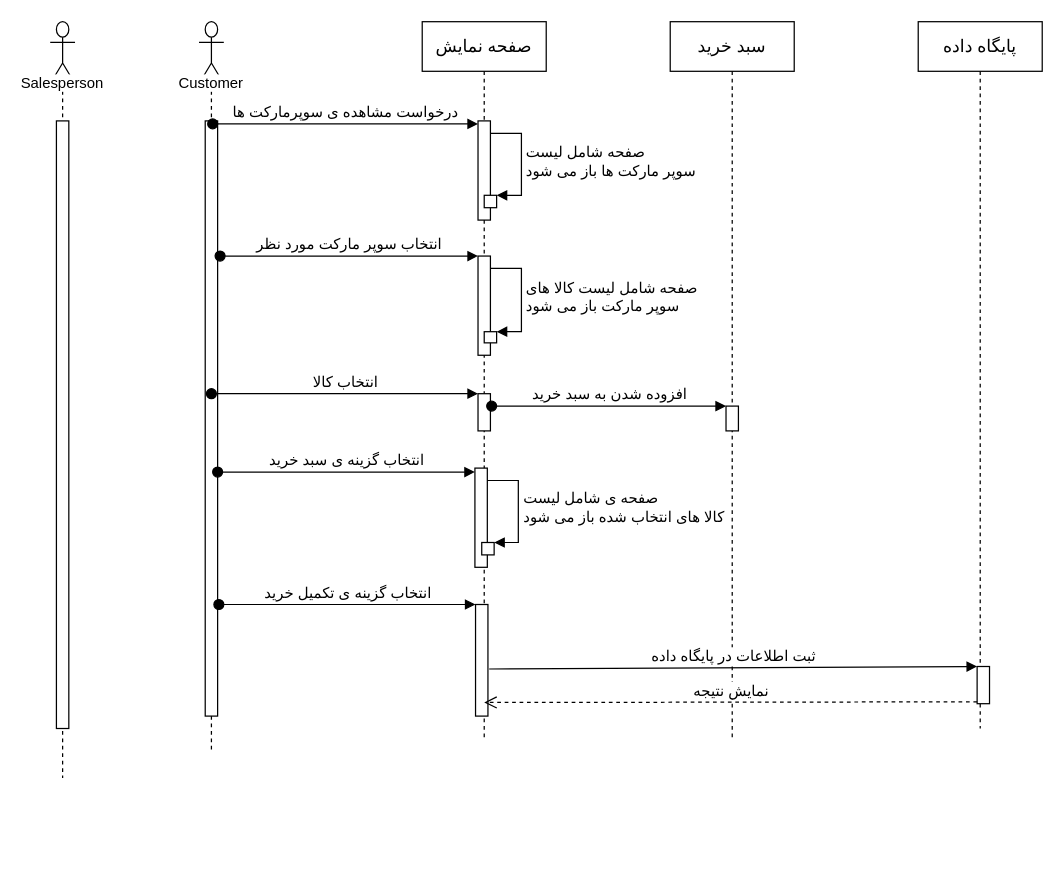
This is docs/PurchaseSequenceDiagram.drawio from marketplus95/marketplus95, a draw.io file, before an edit. Source tidied: cells renumbered, new cells numbered last; positions are measured from the earlier drawing's top-left corner, leaving out a move shared by most shapes. Both pictures are drawn from the tidied source at 124%, with x=0, y=0 at pixel (50, 21).
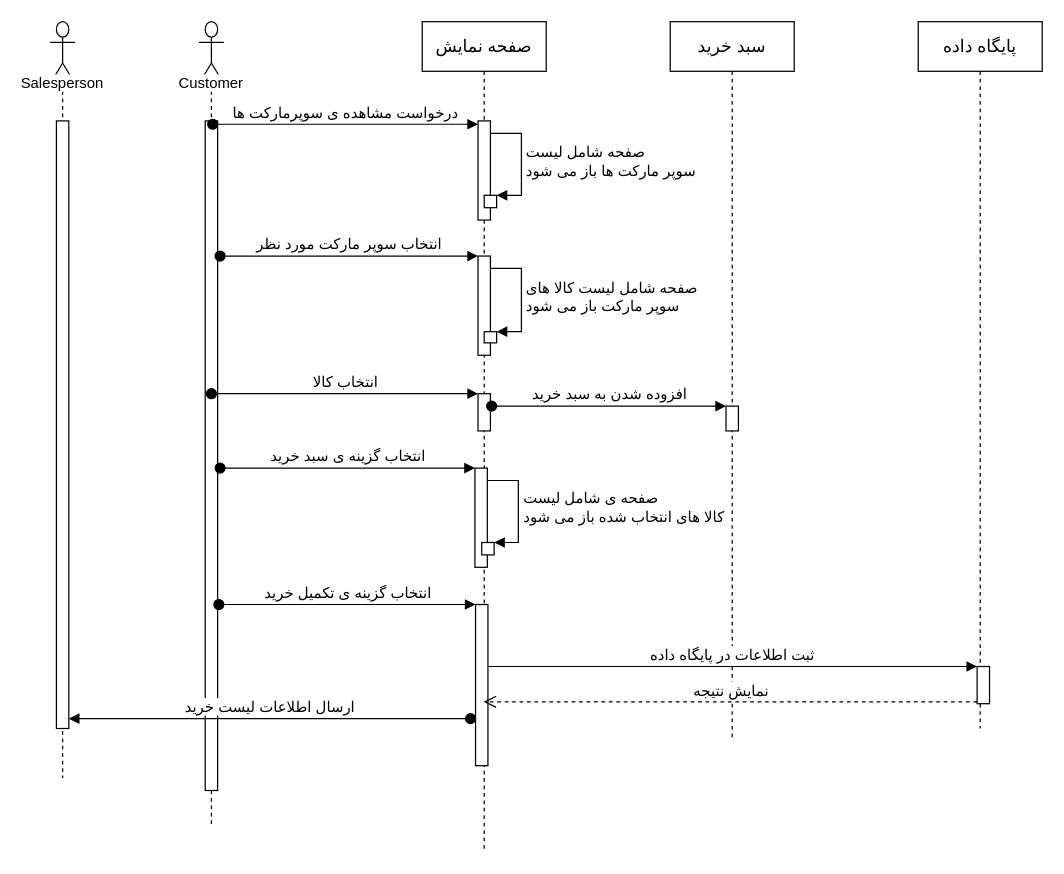
Above is the later version.

The change refers to these unchanged cells:
```xml
<mxCell id="3" style="html=1;points=[];perimeter=orthogonalPerimeter;" parent="2" vertex="1">
  <mxGeometry x="5" y="80" width="10" height="490" as="geometry" />
</mxCell>
<mxCell id="14" style="html=1;points=[];perimeter=orthogonalPerimeter;" parent="6" vertex="1">
  <mxGeometry x="42.5" y="360" width="10" height="80" as="geometry" />
</mxCell>
<mxCell id="17" style="html=1;points=[];perimeter=orthogonalPerimeter;" parent="16" vertex="1">
  <mxGeometry x="47.5" y="520" width="10" height="30" as="geometry" />
</mxCell>
```

Change to the diagram source:
```diff
@@
     <mxCell id="4" value="Customer" style="shape=umlLifeline;participant=umlActor;perimeter=lifelinePerimeter;whiteSpace=wrap;html=1;verticalAlign=top;spacingTop=36;labelBackgroundColor=#ffffff;size=50;" parent="1" vertex="1">
-      <mxGeometry x="120" width="20" height="590" as="geometry" />
+      <mxGeometry x="120" width="20" height="650" as="geometry" />
     </mxCell>
     <mxCell id="5" style="html=1;points=[];perimeter=orthogonalPerimeter;" parent="4" vertex="1">
-      <mxGeometry x="5" y="80" width="10" height="480" as="geometry" />
+      <mxGeometry x="5" y="80" width="10" height="540" as="geometry" />
     </mxCell>
     <mxCell id="6" value="&lt;font style=&quot;font-size: 14px&quot;&gt;صفحه نمایش&lt;/font&gt;" style="shape=umlLifeline;perimeter=lifelinePerimeter;whiteSpace=wrap;html=1;outlineConnect=0;" parent="1" vertex="1">
-      <mxGeometry x="300" width="100" height="580" as="geometry" />
+      <mxGeometry x="300" width="100" height="670" as="geometry" />
     </mxCell>
@@
     <mxCell id="15" style="html=1;points=[];perimeter=orthogonalPerimeter;" parent="6" vertex="1">
-      <mxGeometry x="43" y="470" width="10" height="90" as="geometry" />
+      <mxGeometry x="43" y="470" width="10" height="130" as="geometry" />
     </mxCell>
@@
-    <mxCell id="24" value="&lt;font style=&quot;font-size: 12px&quot;&gt;انتخاب گزینه ی سبد خرید&lt;/font&gt;" style="html=1;verticalAlign=bottom;startArrow=oval;endArrow=block;startSize=8;exitX=1;exitY=0.59;exitDx=0;exitDy=0;exitPerimeter=0;" parent="1" edge="1" source="5" target="14">
-      <mxGeometry relative="1" as="geometry" />
+    <mxCell id="24" value="&lt;font style=&quot;font-size: 12px&quot;&gt;انتخاب گزینه ی سبد خرید&lt;/font&gt;" style="html=1;verticalAlign=bottom;startArrow=oval;endArrow=block;startSize=8;" parent="1" edge="1" target="14">
+      <mxGeometry relative="1" as="geometry">
+        <mxPoint x="137" y="360" as="sourcePoint" />
+      </mxGeometry>
     </mxCell>
@@
-    <mxCell id="28" value="&lt;font style=&quot;font-size: 12px&quot;&gt;ثبت اطلاعات در پایگاه داده&lt;/font&gt;" style="html=1;verticalAlign=bottom;endArrow=block;entryX=0;entryY=0;exitX=1.1;exitY=0.578;exitDx=0;exitDy=0;exitPerimeter=0;" parent="1" edge="1" source="15" target="17">
+    <mxCell id="28" value="&lt;font style=&quot;font-size: 12px&quot;&gt;ثبت اطلاعات در پایگاه داده&lt;/font&gt;" style="html=1;verticalAlign=bottom;endArrow=block;entryX=0;entryY=0;" parent="1" edge="1" source="15" target="17">
       <mxGeometry relative="1" as="geometry" />
     </mxCell>
-    <mxCell id="29" value="&lt;font style=&quot;font-size: 12px&quot;&gt;نمایش نتیجه&lt;/font&gt;" style="html=1;verticalAlign=bottom;endArrow=open;dashed=1;endSize=8;exitX=0;exitY=0.95;entryX=0.7;entryY=0.878;entryDx=0;entryDy=0;entryPerimeter=0;" parent="1" edge="1" source="17" target="15">
+    <mxCell id="29" value="&lt;font style=&quot;font-size: 12px&quot;&gt;نمایش نتیجه&lt;/font&gt;" style="html=1;verticalAlign=bottom;endArrow=open;dashed=1;endSize=8;exitX=0;exitY=0.95;" parent="1" edge="1" source="17" target="6">
       <mxGeometry relative="1" as="geometry" />
     </mxCell>
+    <mxCell id="30" value="&lt;font style=&quot;font-size: 12px&quot;&gt;ارسال اطلاعات لیست خرید&lt;br&gt;&lt;/font&gt;" style="html=1;verticalAlign=bottom;startArrow=oval;startFill=1;endArrow=block;startSize=8;exitX=-0.4;exitY=0.708;exitDx=0;exitDy=0;exitPerimeter=0;" parent="1" edge="1" source="15" target="3">
+      <mxGeometry relative="1" as="geometry" />
+    </mxCell>
```
